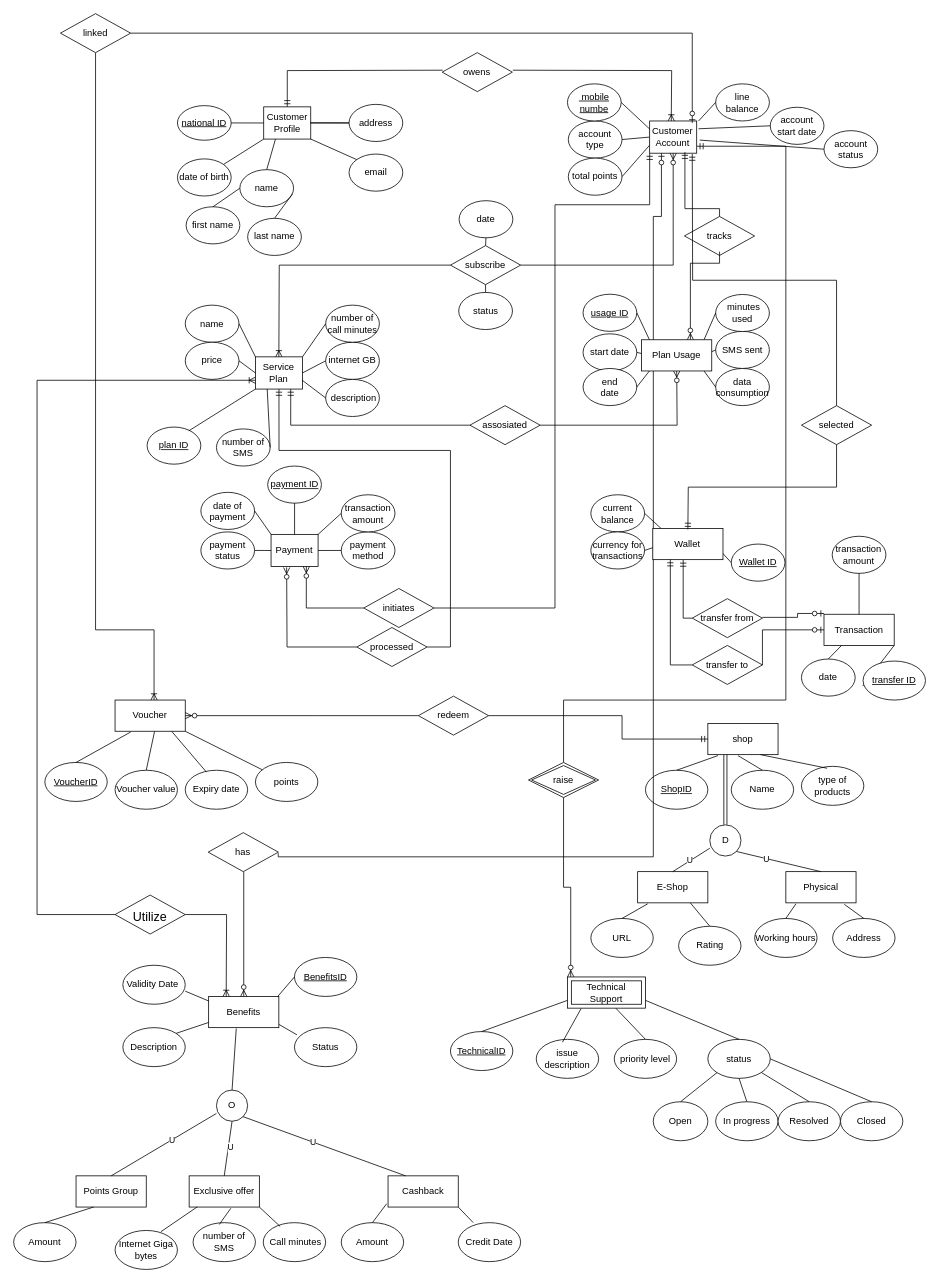
Blaze-trio/Blaze-trio.github.io keeps this draw.io diagram as Untitled Diagram.drawio. Above is the earlier version. Source tidied: cells renumbered, new cells numbered last; positions are measured from the earlier drawing's top-left corner, leaving out a move shared by most shapes. Both pictures are drawn from the tidied source at 78%, with x=0, y=0 at pixel (13, 13).
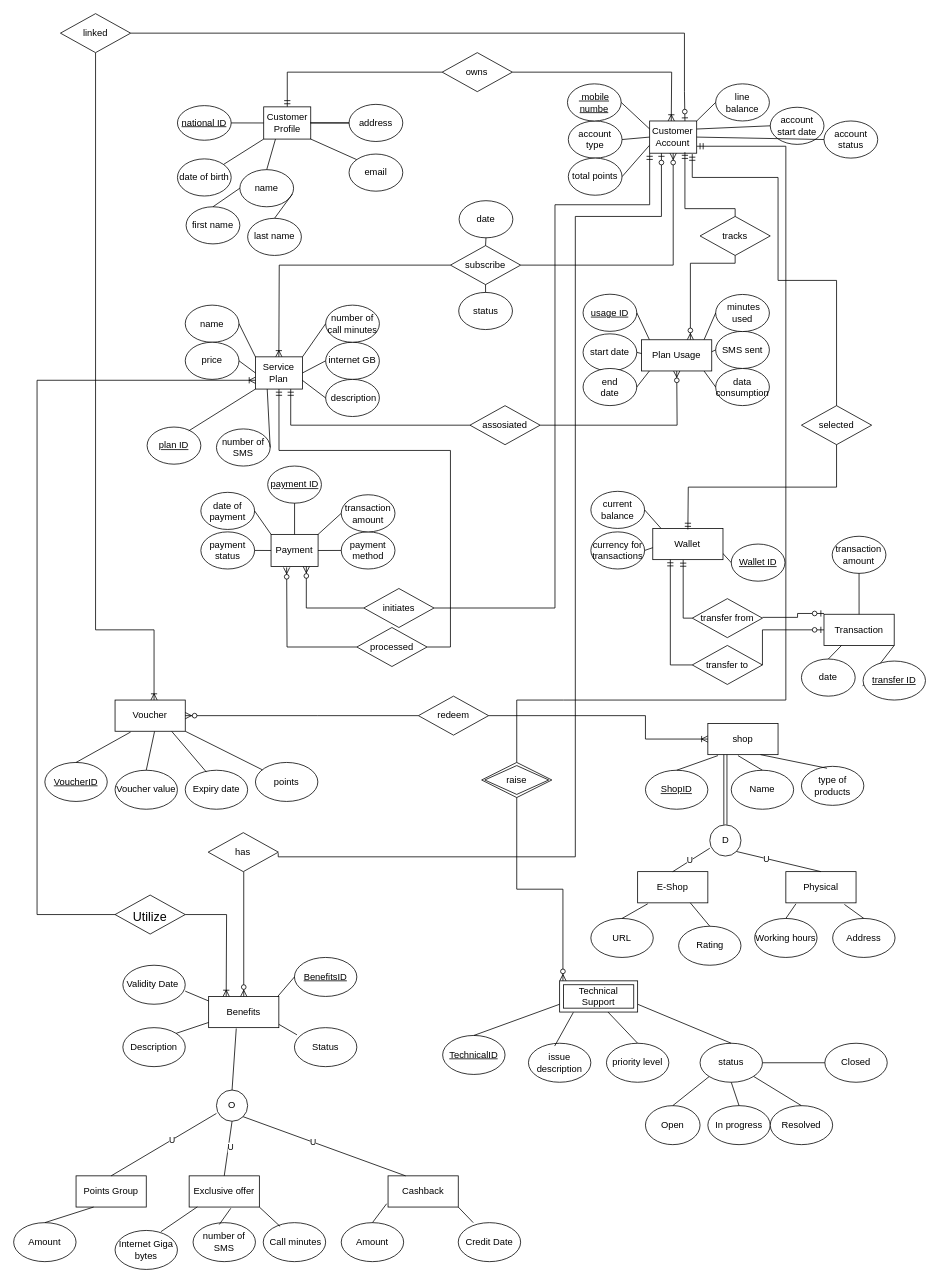
After the change.

Unchanged cells that the change refers to:
```xml
<mxCell id="73" value="status" style="ellipse;whiteSpace=wrap;html=1;" parent="69" vertex="1">
  <mxGeometry x="330" y="80" width="80" height="50" as="geometry" />
</mxCell>
<mxCell id="93" value="Customer Profile" style="rounded=0;whiteSpace=wrap;html=1;" parent="92" vertex="1">
  <mxGeometry x="120.6" y="9.5" width="60.3" height="41.3" as="geometry" />
</mxCell>
<mxCell id="109" style="group;" parent="1" vertex="1">
  <mxGeometry x="721.1" y="130" width="248.9" height="180" as="geometry" />
</mxCell>
<mxCell id="115" value="Customer Account" style="rounded=0;whiteSpace=wrap;html=1;" parent="109" vertex="1">
  <mxGeometry x="94.3" y="7.6" width="60.3" height="41.3" as="geometry" />
</mxCell>
<mxCell id="141" style="group;" parent="1" vertex="1">
  <mxGeometry x="740" y="580" width="248.9" height="176.5" as="geometry" />
</mxCell>
<mxCell id="169" value="line&lt;br&gt;balance" style="ellipse;whiteSpace=wrap;html=1;" parent="1" vertex="1">
  <mxGeometry x="900" y="90" width="68.9" height="47.6" as="geometry" />
</mxCell>
<mxCell id="196" value="account start date" style="ellipse;whiteSpace=wrap;html=1;" parent="1" vertex="1">
  <mxGeometry x="970" y="120" width="68.9" height="47.6" as="geometry" />
</mxCell>
<mxCell id="198" value="&lt;div&gt;selected&lt;/div&gt;" style="shape=rhombus;perimeter=rhombusPerimeter;whiteSpace=wrap;html=1;align=center;" parent="1" vertex="1">
  <mxGeometry x="1010" y="502.6" width="90" height="50" as="geometry" />
</mxCell>
<mxCell id="202" value="&lt;div&gt;redeem&lt;/div&gt;" style="shape=rhombus;perimeter=rhombusPerimeter;whiteSpace=wrap;html=1;align=center;" parent="1" vertex="1">
  <mxGeometry x="518.9" y="875" width="90" height="50" as="geometry" />
</mxCell>
<mxCell id="207" value="linked" style="shape=rhombus;perimeter=rhombusPerimeter;whiteSpace=wrap;html=1;align=center;" parent="1" vertex="1">
  <mxGeometry x="60" width="90" height="50" as="geometry" />
</mxCell>
```

Diff of the diagram source:
```diff
@@
     <mxCell id="69" style="group;" parent="1" vertex="1">
-      <mxGeometry x="560" y="1235" width="580" height="210" as="geometry" />
+      <mxGeometry x="550" y="1240" width="580" height="210" as="geometry" />
     </mxCell>
@@
     <mxCell id="80" value="Closed" style="ellipse;whiteSpace=wrap;html=1;" parent="69" vertex="1">
-      <mxGeometry x="500" y="160" width="80" height="50" as="geometry" />
+      <mxGeometry x="490" y="80" width="80" height="50" as="geometry" />
     </mxCell>
-    <mxCell id="81" style="endArrow=none;html=1;rounded=0;exitX=0.5;exitY=0;exitDx=0;exitDy=0;entryX=1;entryY=0.5;entryDx=0;entryDy=0;" parent="69" edge="1" source="80" target="73">
+    <mxCell id="81" style="endArrow=none;html=1;rounded=0;exitX=0;exitY=0.5;exitDx=0;exitDy=0;entryX=1;entryY=0.5;entryDx=0;entryDy=0;" parent="69" edge="1" source="80" target="73">
       <mxGeometry relative="1" as="geometry" />
     </mxCell>
@@
-    <mxCell id="91" style="edgeStyle=orthogonalEdgeStyle;fontSize=12;html=1;endArrow=ERmandOne;rounded=0;exitX=0;exitY=0.5;exitDx=0;exitDy=0;" parent="1" edge="1" target="93">
-      <mxGeometry relative="1" as="geometry">
-        <mxPoint x="550" y="72.5" as="sourcePoint" />
-      </mxGeometry>
+    <mxCell id="91" style="edgeStyle=orthogonalEdgeStyle;fontSize=12;html=1;endArrow=ERmandOne;rounded=0;exitX=0;exitY=0.5;exitDx=0;exitDy=0;" parent="1" edge="1" source="206" target="93">
+      <mxGeometry relative="1" as="geometry" />
     </mxCell>
@@
     <mxCell id="114" value="tracks" style="shape=rhombus;perimeter=rhombusPerimeter;whiteSpace=wrap;html=1;align=center;" parent="109" vertex="1">
-      <mxGeometry x="138.9" y="130" width="90" height="50" as="geometry" />
+      <mxGeometry x="158.9" y="130" width="90" height="50" as="geometry" />
     </mxCell>
@@
     <mxCell id="116" style="edgeStyle=orthogonalEdgeStyle;fontSize=12;html=1;endArrow=ERzeroToOne;endFill=1;rounded=0;entryX=0.25;entryY=1;entryDx=0;entryDy=0;" parent="109" edge="1" target="115">
       <mxGeometry relative="1" as="geometry">
         <mxPoint x="-381.9" y="946.3" as="sourcePoint" />
         <Array as="points">
           <mxPoint x="-382" y="951" />
-          <mxPoint x="99" y="951" />
-          <mxPoint x="99" y="130" />
+          <mxPoint x="-1" y="951" />
+          <mxPoint x="-1" y="130" />
           <mxPoint x="109" y="130" />
         </Array>
       </mxGeometry>
     </mxCell>
@@
     <mxCell id="142" value="current balance" style="ellipse;whiteSpace=wrap;html=1;" parent="141" vertex="1">
-      <mxGeometry y="36.8" width="68.9" height="47.6" as="geometry" />
+      <mxGeometry y="32.4" width="68.9" height="47.6" as="geometry" />
     </mxCell>
@@
-    <mxCell id="161" style="edgeStyle=orthogonalEdgeStyle;fontSize=12;html=1;endArrow=ERoneToMany;rounded=0;exitX=1;exitY=0.5;exitDx=0;exitDy=0;entryX=0.5;entryY=0;entryDx=0;entryDy=0;" parent="1" edge="1">
+    <mxCell id="161" style="edgeStyle=orthogonalEdgeStyle;fontSize=12;html=1;endArrow=ERoneToMany;rounded=0;exitX=1;exitY=0.5;exitDx=0;exitDy=0;entryX=0.5;entryY=0;entryDx=0;entryDy=0;" parent="1" edge="1" source="206">
       <mxGeometry relative="1" as="geometry">
-        <mxPoint x="640" y="72.5" as="sourcePoint" />
         <mxPoint x="843.1" y="137.6" as="targetPoint" />
       </mxGeometry>
     </mxCell>
@@
-    <mxCell id="170" style="endArrow=none;html=1;rounded=0;entryX=1;entryY=0;entryDx=0;entryDy=0;exitX=0;exitY=0.5;exitDx=0;exitDy=0;" parent="1" edge="1" source="169">
-      <mxGeometry relative="1" as="geometry">
-        <mxPoint x="878.1" y="137.6" as="targetPoint" />
-      </mxGeometry>
+    <mxCell id="170" style="endArrow=none;html=1;rounded=0;entryX=1;entryY=0;entryDx=0;entryDy=0;exitX=0;exitY=0.5;exitDx=0;exitDy=0;" parent="1" edge="1" source="169" target="115">
+      <mxGeometry relative="1" as="geometry" />
     </mxCell>
-    <mxCell id="171" style="edgeStyle=elbowEdgeStyle;fontSize=12;html=1;endArrow=ERmandOne;rounded=0;elbow=vertical;entryX=0.75;entryY=1;entryDx=0;entryDy=0;exitX=0.5;exitY=0;exitDx=0;exitDy=0;" parent="1" edge="1">
+    <mxCell id="171" style="edgeStyle=elbowEdgeStyle;fontSize=12;html=1;endArrow=ERmandOne;rounded=0;elbow=vertical;entryX=0.75;entryY=1;entryDx=0;entryDy=0;exitX=0.5;exitY=0;exitDx=0;exitDy=0;" parent="1" edge="1" source="114">
       <mxGeometry relative="1" as="geometry">
-        <mxPoint x="905" y="260" as="sourcePoint" />
         <mxPoint x="860.6" y="177.6" as="targetPoint" />
         <Array as="points">
           <mxPoint x="890" y="250" />
         </Array>
       </mxGeometry>
     </mxCell>
-    <mxCell id="172" style="edgeStyle=orthogonalEdgeStyle;fontSize=12;html=1;endArrow=ERzeroToMany;endFill=1;rounded=0;entryX=0.75;entryY=0;entryDx=0;entryDy=0;" parent="1" edge="1">
+    <mxCell id="172" style="edgeStyle=orthogonalEdgeStyle;fontSize=12;html=1;endArrow=ERzeroToMany;endFill=1;rounded=0;entryX=0.75;entryY=0;entryDx=0;entryDy=0;exitX=0.5;exitY=1;exitDx=0;exitDy=0;" parent="1" edge="1" source="114">
       <mxGeometry relative="1" as="geometry">
-        <mxPoint x="905" y="305" as="sourcePoint" />
         <mxPoint x="867.6" y="418.1" as="targetPoint" />
         <Array as="points">
-          <mxPoint x="905" y="320" />
+          <mxPoint x="925" y="320" />
           <mxPoint x="868" y="320" />
         </Array>
       </mxGeometry>
     </mxCell>
@@
     <mxCell id="191" value="&lt;div&gt;raise&lt;br&gt;&lt;/div&gt;" style="shape=rhombus;double=1;perimeter=rhombusPerimeter;whiteSpace=wrap;html=1;align=center;" parent="1" vertex="1">
-      <mxGeometry x="660" y="960" width="90" height="45" as="geometry" />
+      <mxGeometry x="600" y="960" width="90" height="45" as="geometry" />
     </mxCell>
@@
-    <mxCell id="194" style="edgeStyle=orthogonalEdgeStyle;fontSize=12;html=1;endArrow=ERmandOne;rounded=0;exitX=1;exitY=0.5;exitDx=0;exitDy=0;" parent="1" edge="1" source="202">
-      <mxGeometry relative="1" as="geometry">
-        <mxPoint x="890" y="930" as="targetPoint" />
-        <Array as="points">
-          <mxPoint x="609" y="900" />
-          <mxPoint x="780" y="900" />
-          <mxPoint x="780" y="930" />
-        </Array>
-      </mxGeometry>
-    </mxCell>
@@
-    <mxCell id="197" style="endArrow=none;html=1;rounded=0;entryX=1;entryY=0.25;entryDx=0;entryDy=0;exitX=0;exitY=0.5;exitDx=0;exitDy=0;" parent="1" edge="1" source="196">
-      <mxGeometry relative="1" as="geometry">
-        <mxPoint x="878.1" y="147.6" as="targetPoint" />
-      </mxGeometry>
+    <mxCell id="197" style="endArrow=none;html=1;rounded=0;entryX=1;entryY=0.25;entryDx=0;entryDy=0;exitX=0;exitY=0.5;exitDx=0;exitDy=0;" parent="1" edge="1" source="196" target="115">
+      <mxGeometry relative="1" as="geometry" />
     </mxCell>
@@
     <mxCell id="204" value="account status" style="ellipse;whiteSpace=wrap;html=1;" parent="1" vertex="1">
-      <mxGeometry x="1038.9" y="150" width="68.9" height="47.6" as="geometry" />
+      <mxGeometry x="1038.9" y="137.6" width="68.9" height="47.6" as="geometry" />
     </mxCell>
-    <mxCell id="205" style="endArrow=none;html=1;rounded=0;entryX=1.021;entryY=0.613;entryDx=0;entryDy=0;exitX=0;exitY=0.5;exitDx=0;exitDy=0;entryPerimeter=0;" parent="1" edge="1" source="204">
-      <mxGeometry relative="1" as="geometry">
-        <mxPoint x="879.5" y="162.1" as="targetPoint" />
-      </mxGeometry>
+    <mxCell id="205" style="endArrow=none;html=1;rounded=0;entryX=1;entryY=0.5;entryDx=0;entryDy=0;exitX=0;exitY=0.5;exitDx=0;exitDy=0;" parent="1" edge="1" source="204" target="115">
+      <mxGeometry relative="1" as="geometry" />
     </mxCell>
-    <mxCell id="206" value="owens" style="shape=rhombus;perimeter=rhombusPerimeter;whiteSpace=wrap;html=1;align=center;" parent="1" vertex="1">
+    <mxCell id="206" value="owns" style="shape=rhombus;perimeter=rhombusPerimeter;whiteSpace=wrap;html=1;align=center;" parent="1" vertex="1">
       <mxGeometry x="549.4" y="50" width="90" height="50" as="geometry" />
     </mxCell>
@@
     <mxCell id="209" style="edgeStyle=orthogonalEdgeStyle;fontSize=12;html=1;endArrow=ERmandOne;rounded=0;exitX=0.5;exitY=0;exitDx=0;exitDy=0;" parent="1" edge="1" source="198">
       <mxGeometry relative="1" as="geometry">
         <mxPoint x="870" y="180" as="targetPoint" />
+        <Array as="points">
+          <mxPoint x="1055" y="342" />
+          <mxPoint x="980" y="342" />
+          <mxPoint x="980" y="210" />
+          <mxPoint x="870" y="210" />
+        </Array>
       </mxGeometry>
     </mxCell>
@@
-    <mxCell id="219" style="edgeStyle=orthogonalEdgeStyle;fontSize=12;html=1;endArrow=ERzeroToOne;endFill=1;rounded=0;exitX=1;exitY=0.5;exitDx=0;exitDy=0;entryX=0.906;entryY=0.058;entryDx=0;entryDy=0;entryPerimeter=0;" parent="1" edge="1" source="207" target="115">
+    <mxCell id="219" style="edgeStyle=orthogonalEdgeStyle;fontSize=12;html=1;endArrow=ERzeroToOne;endFill=1;rounded=0;exitX=1;exitY=0.5;exitDx=0;exitDy=0;entryX=0.75;entryY=0;entryDx=0;entryDy=0;" parent="1" edge="1" source="207" target="115">
       <mxGeometry relative="1" as="geometry">
         <Array as="points">
-          <mxPoint x="870" y="25" />
+          <mxPoint x="860" y="25" />
+          <mxPoint x="860" y="100" />
         </Array>
       </mxGeometry>
     </mxCell>
+    <mxCell id="220" style="edgeStyle=orthogonalEdgeStyle;fontSize=12;html=1;endArrow=ERoneToMany;rounded=0;exitX=1;exitY=0.5;exitDx=0;exitDy=0;" parent="1" edge="1" source="202">
+      <mxGeometry relative="1" as="geometry">
+        <mxPoint x="890" y="930" as="targetPoint" />
+        <Array as="points">
+          <mxPoint x="810" y="900" />
+          <mxPoint x="810" y="930" />
+        </Array>
+      </mxGeometry>
+    </mxCell>
```
